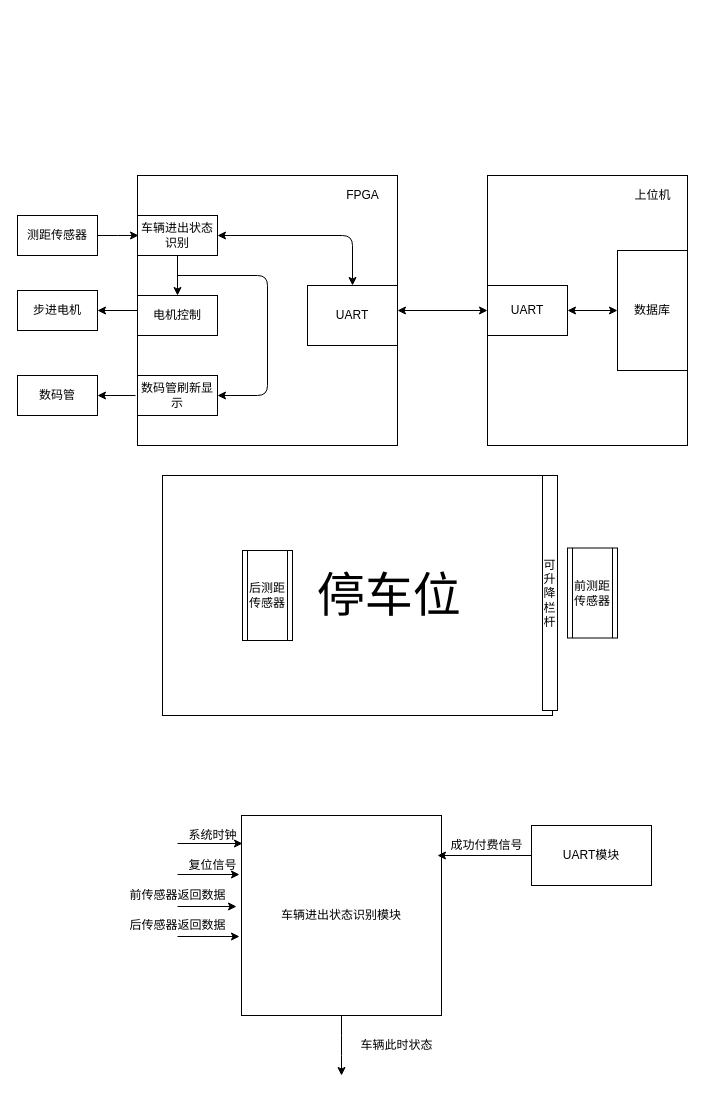
Before: page "Page-1" (1 of 3) of all system.drawio in wu-bai-guo/bi-ye-she-ji, a draw.io diagram. Source tidied: cells renumbered, new cells numbered last; positions are measured from the earlier drawing's top-left corner, leaving out a move shared by most shapes. Both pictures are drawn from the tidied source at 100%, with x=0, y=0 at pixel (17, 175).
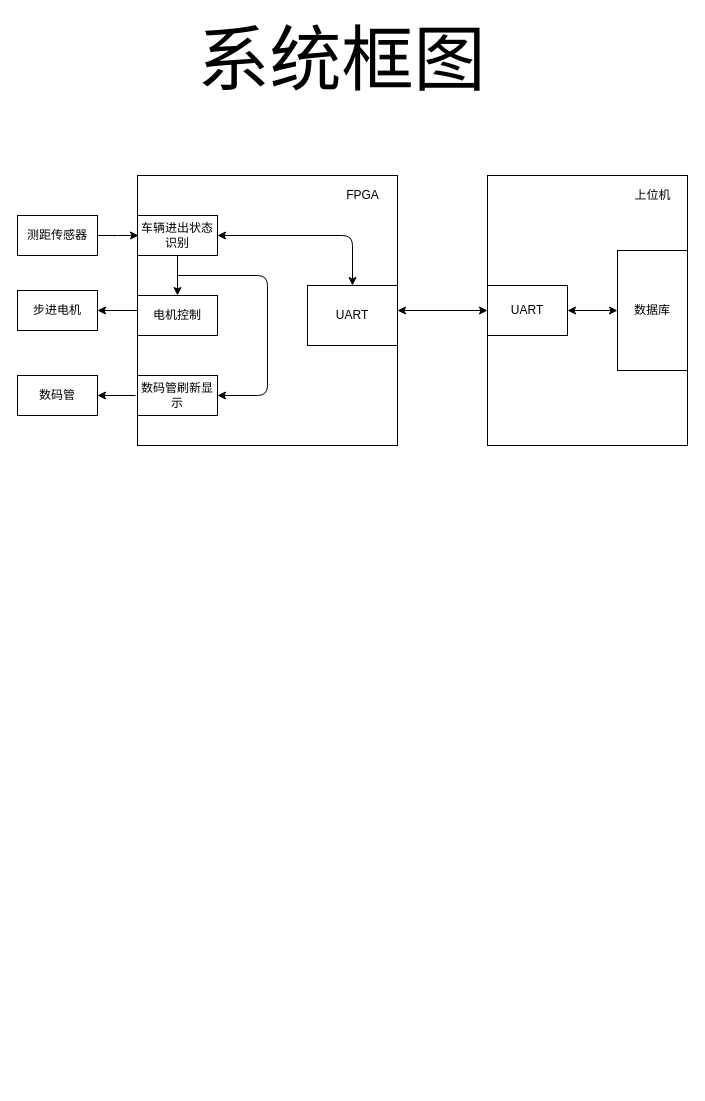
After the change.

Diff of the diagram source:
```diff
@@
-    <mxCell id="23" value="&amp;nbsp;&amp;nbsp;&amp;nbsp;&amp;nbsp;&amp;nbsp;&amp;nbsp;&amp;nbsp;&amp;nbsp;&amp;nbsp;&amp;nbsp;&amp;nbsp;&amp;nbsp;&amp;nbsp;&amp;nbsp;&amp;nbsp;&amp;nbsp;&amp;nbsp;&amp;nbsp; &lt;font style=&quot;font-size: 48px&quot;&gt;停车位&lt;/font&gt;" style="rounded=0;whiteSpace=wrap;html=1;sketch=0;" parent="1" vertex="1">
-      <mxGeometry x="145" y="300" width="390" height="240" as="geometry" />
-    </mxCell>
-    <mxCell id="24" value="后测距传感器" style="shape=process;whiteSpace=wrap;html=1;backgroundOutline=1;rounded=0;sketch=0;" parent="1" vertex="1">
-      <mxGeometry x="225" y="375" width="50" height="90" as="geometry" />
-    </mxCell>
-    <mxCell id="25" value="前测距传感器" style="shape=process;whiteSpace=wrap;html=1;backgroundOutline=1;rounded=0;sketch=0;" parent="1" vertex="1">
-      <mxGeometry x="550" y="372.5" width="50" height="90" as="geometry" />
-    </mxCell>
-    <mxCell id="26" style="endArrow=none;dashed=1;html=1;exitX=1.004;exitY=0.033;exitDx=0;exitDy=0;exitPerimeter=0;" parent="1" edge="1" source="23">
-      <mxGeometry relative="1" as="geometry">
-        <mxPoint x="535" y="535" as="targetPoint" />
-      </mxGeometry>
-    </mxCell>
-    <mxCell id="27" value="可升降栏杆" style="whiteSpace=wrap;html=1;rounded=0;sketch=0;" parent="1" vertex="1">
-      <mxGeometry x="525" y="300" width="15" height="235" as="geometry" />
-    </mxCell>
-    <mxCell id="28" style="edgeStyle=orthogonalEdgeStyle;curved=0;rounded=1;sketch=0;jettySize=auto;html=1;" parent="1" edge="1" source="29">
-      <mxGeometry relative="1" as="geometry">
-        <mxPoint x="324" y="900" as="targetPoint" />
-      </mxGeometry>
-    </mxCell>
-    <mxCell id="29" value="车辆进出状态识别模块" style="whiteSpace=wrap;html=1;rounded=0;sketch=0;" parent="1" vertex="1">
-      <mxGeometry x="224" y="640" width="200" height="200" as="geometry" />
-    </mxCell>
-    <mxCell id="30" style="endArrow=classic;html=1;entryX=0.005;entryY=0.14;entryDx=0;entryDy=0;entryPerimeter=0;" parent="1" edge="1" target="29">
-      <mxGeometry relative="1" as="geometry">
-        <mxPoint x="160" y="668" as="sourcePoint" />
-      </mxGeometry>
-    </mxCell>
-    <mxCell id="31" value="系统时钟" style="text;html=1;align=center;verticalAlign=middle;strokeColor=none;" parent="1" vertex="1">
-      <mxGeometry x="165" y="650" width="60" height="20" as="geometry" />
-    </mxCell>
-    <mxCell id="32" style="endArrow=classic;html=1;entryX=-0.01;entryY=0.295;entryDx=0;entryDy=0;entryPerimeter=0;" parent="1" edge="1" target="29">
-      <mxGeometry relative="1" as="geometry">
-        <mxPoint x="160" y="699" as="sourcePoint" />
-      </mxGeometry>
-    </mxCell>
-    <mxCell id="33" value="复位信号" style="text;html=1;align=center;verticalAlign=middle;strokeColor=none;" parent="1" vertex="1">
-      <mxGeometry x="165" y="680" width="60" height="20" as="geometry" />
-    </mxCell>
-    <mxCell id="34" style="endArrow=classic;html=1;entryX=-0.025;entryY=0.455;entryDx=0;entryDy=0;entryPerimeter=0;" parent="1" edge="1" target="29">
-      <mxGeometry relative="1" as="geometry">
-        <mxPoint x="160" y="731" as="sourcePoint" />
-      </mxGeometry>
-    </mxCell>
-    <mxCell id="35" value="前传感器返回数据" style="text;html=1;align=center;verticalAlign=middle;strokeColor=none;" parent="1" vertex="1">
-      <mxGeometry x="105" y="710" width="110" height="20" as="geometry" />
-    </mxCell>
-    <mxCell id="36" style="endArrow=classic;html=1;entryX=-0.01;entryY=0.605;entryDx=0;entryDy=0;entryPerimeter=0;" parent="1" edge="1" target="29">
-      <mxGeometry relative="1" as="geometry">
-        <mxPoint x="160" y="761" as="sourcePoint" />
-      </mxGeometry>
-    </mxCell>
-    <mxCell id="37" value="后传感器返回数据" style="text;html=1;align=center;verticalAlign=middle;strokeColor=none;" parent="1" vertex="1">
-      <mxGeometry x="105" y="740" width="110" height="20" as="geometry" />
-    </mxCell>
-    <mxCell id="38" value="成功付费信号" style="text;html=1;align=center;verticalAlign=middle;strokeColor=none;" parent="1" vertex="1">
-      <mxGeometry x="424" y="660" width="90" height="20" as="geometry" />
-    </mxCell>
-    <mxCell id="39" style="edgeStyle=orthogonalEdgeStyle;curved=0;rounded=1;sketch=0;jettySize=auto;html=1;entryX=0.98;entryY=0.2;entryDx=0;entryDy=0;entryPerimeter=0;" parent="1" edge="1" source="40" target="29">
-      <mxGeometry relative="1" as="geometry" />
-    </mxCell>
-    <mxCell id="40" value="UART模块" style="whiteSpace=wrap;html=1;rounded=0;sketch=0;" parent="1" vertex="1">
-      <mxGeometry x="514" y="650" width="120" height="60" as="geometry" />
-    </mxCell>
-    <mxCell id="41" value="车辆此时状态" style="text;html=1;align=center;verticalAlign=middle;strokeColor=none;" parent="1" vertex="1">
-      <mxGeometry x="334" y="860" width="90" height="20" as="geometry" />
-    </mxCell>
+    <mxCell id="42" value="&lt;font style=&quot;font-size: 72px&quot;&gt;系统框图&lt;/font&gt;" style="text;html=1;align=center;verticalAlign=middle;strokeColor=none;" parent="1" vertex="1">
+      <mxGeometry x="174" y="-130" width="300" height="30" as="geometry" />
+    </mxCell>
```
